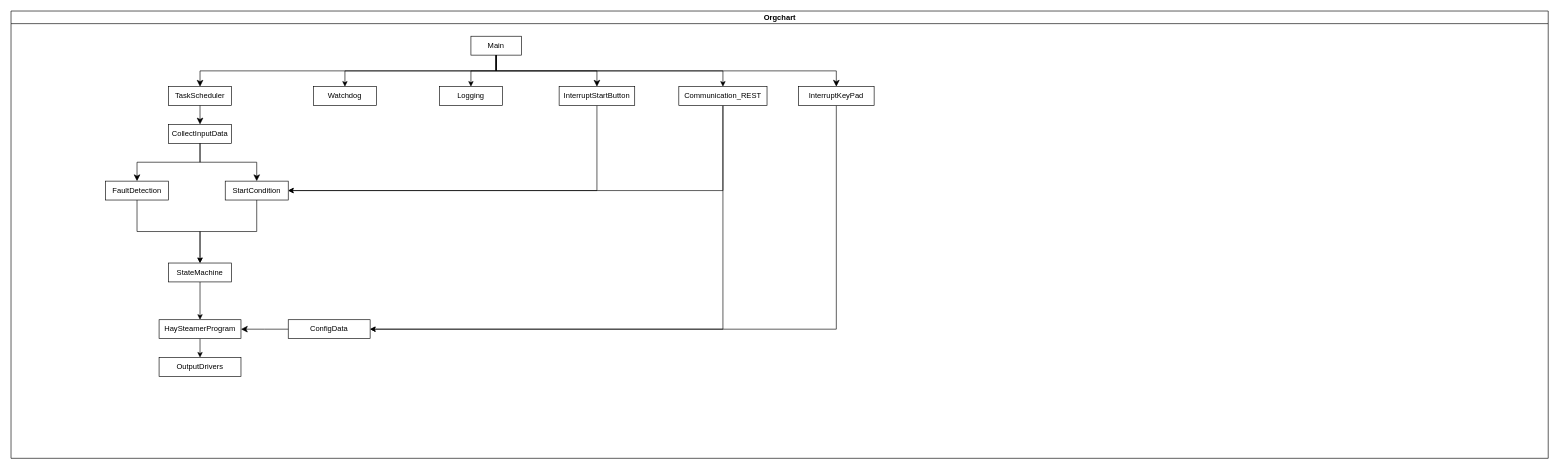
Earlier version of the draw.io diagram OrganigramOverview.drawio (RoadRunner-2/HaySteamerTemperatureControl). Source tidied: cells renumbered, new cells numbered last; positions are measured from the earlier drawing's top-left corner, leaving out a move shared by most shapes. Both pictures are drawn from the tidied source at 63%, with x=0, y=0 at pixel (11, 11).
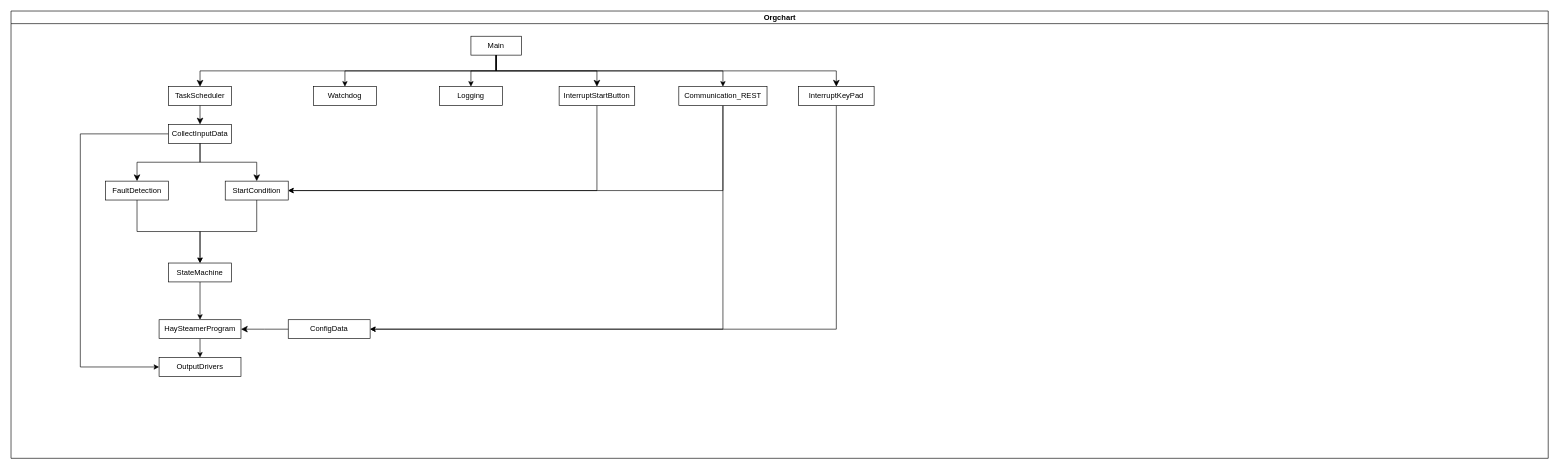
Above is the later version.

Unchanged cells that the change refers to:
```xml
<mxCell id="2" value="Orgchart" style="swimlane;html=1;startSize=20;horizontal=1;containerType=tree;glass=0;" parent="1" vertex="1">
  <mxGeometry width="2440" height="710" as="geometry" />
</mxCell>
<mxCell id="13" value="CollectInputData" style="rounded=0;whiteSpace=wrap;html=1;" parent="2" vertex="1">
  <mxGeometry x="250" y="180" width="100" height="30" as="geometry" />
</mxCell>
<mxCell id="31" value="OutputDrivers" style="rounded=0;whiteSpace=wrap;html=1;" parent="2" vertex="1">
  <mxGeometry x="235" y="550" width="130" height="30" as="geometry" />
</mxCell>
```

Change to the diagram source:
```diff
@@
+    <mxCell id="35" style="edgeStyle=orthogonalEdgeStyle;rounded=0;jettySize=auto;html=1;exitX=0;exitY=0.5;exitDx=0;exitDy=0;entryX=0;entryY=0.5;entryDx=0;entryDy=0;" parent="2" edge="1" source="13" target="31">
+      <mxGeometry relative="1" as="geometry">
+        <Array as="points">
+          <mxPoint x="110" y="195" />
+          <mxPoint x="110" y="565" />
+        </Array>
+      </mxGeometry>
+    </mxCell>
```
